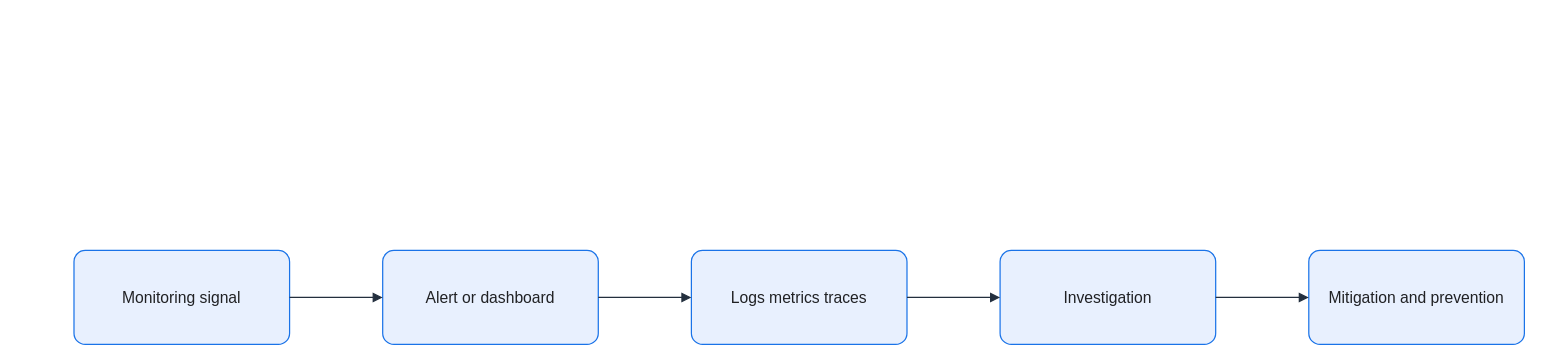
Earlier version of the draw.io diagram assets/img/observability/monitoring-observability-flow.drawio (KKamJi98/kkamji98.github.io). Source tidied: cells renumbered, new cells numbered last; positions are measured from the earlier drawing's top-left corner, leaving out a move shared by most shapes. Both pictures are drawn from the tidied source at 98%, with x=0, y=0 at pixel (74, 250).
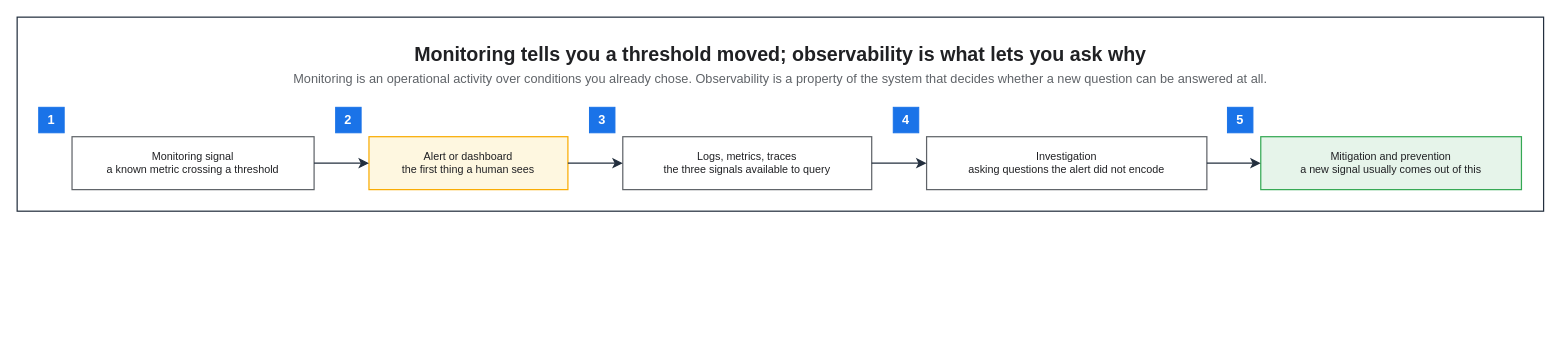
Above is the later version.

The edit, as a diff of the source:
```diff
@@
 <mxGraphModel background="#FFFFFF">
   <root>
     <mxCell id="0" />
     <mxCell id="1" parent="0" />
-    <mxCell id="2" value="Monitoring signal" style="rounded=1;arcSize=12;whiteSpace=wrap;html=0;fillColor=#E8F0FE;strokeColor=#1A73E8;strokeWidth=1.25;fontColor=#202124;fontSize=16;align=center;verticalAlign=middle;spacing=8;shadow=0;" parent="1" vertex="1">
-      <mxGeometry width="220" height="96" as="geometry" />
-    </mxCell>
-    <mxCell id="3" value="Alert or dashboard" style="rounded=1;arcSize=12;whiteSpace=wrap;html=0;fillColor=#E8F0FE;strokeColor=#1A73E8;strokeWidth=1.25;fontColor=#202124;fontSize=16;align=center;verticalAlign=middle;spacing=8;shadow=0;" parent="1" vertex="1">
-      <mxGeometry x="315" width="220" height="96" as="geometry" />
-    </mxCell>
-    <mxCell id="4" value="Logs metrics traces" style="rounded=1;arcSize=12;whiteSpace=wrap;html=0;fillColor=#E8F0FE;strokeColor=#1A73E8;strokeWidth=1.25;fontColor=#202124;fontSize=16;align=center;verticalAlign=middle;spacing=8;shadow=0;" parent="1" vertex="1">
-      <mxGeometry x="630" width="220" height="96" as="geometry" />
-    </mxCell>
-    <mxCell id="5" value="Investigation" style="rounded=1;arcSize=12;whiteSpace=wrap;html=0;fillColor=#E8F0FE;strokeColor=#1A73E8;strokeWidth=1.25;fontColor=#202124;fontSize=16;align=center;verticalAlign=middle;spacing=8;shadow=0;" parent="1" vertex="1">
-      <mxGeometry x="945" width="220" height="96" as="geometry" />
-    </mxCell>
-    <mxCell id="6" value="Mitigation and prevention" style="rounded=1;arcSize=12;whiteSpace=wrap;html=0;fillColor=#E8F0FE;strokeColor=#1A73E8;strokeWidth=1.25;fontColor=#202124;fontSize=16;align=center;verticalAlign=middle;spacing=8;shadow=0;" parent="1" vertex="1">
-      <mxGeometry x="1260" width="220" height="96" as="geometry" />
-    </mxCell>
-    <mxCell id="7" style="edgeStyle=orthogonalEdgeStyle;rounded=0;jettySize=auto;html=0;endArrow=block;endFill=1;strokeColor=#232F3E;strokeWidth=1.25;fontColor=#202124;labelBackgroundColor=none;exitX=1;exitY=0.5;exitDx=0;exitDy=0;entryX=0;entryY=0.5;entryDx=0;entryDy=0;endSize=7;" parent="1" edge="1" source="2" target="3">
-      <mxGeometry relative="1" as="geometry" />
-    </mxCell>
-    <mxCell id="8" style="edgeStyle=orthogonalEdgeStyle;rounded=0;jettySize=auto;html=0;endArrow=block;endFill=1;strokeColor=#232F3E;strokeWidth=1.25;fontColor=#202124;labelBackgroundColor=none;exitX=1;exitY=0.5;exitDx=0;exitDy=0;entryX=0;entryY=0.5;entryDx=0;entryDy=0;endSize=7;" parent="1" edge="1" source="3" target="4">
-      <mxGeometry relative="1" as="geometry" />
-    </mxCell>
-    <mxCell id="9" style="edgeStyle=orthogonalEdgeStyle;rounded=0;jettySize=auto;html=0;endArrow=block;endFill=1;strokeColor=#232F3E;strokeWidth=1.25;fontColor=#202124;labelBackgroundColor=none;exitX=1;exitY=0.5;exitDx=0;exitDy=0;entryX=0;entryY=0.5;entryDx=0;entryDy=0;endSize=7;" parent="1" edge="1" source="4" target="5">
-      <mxGeometry relative="1" as="geometry" />
-    </mxCell>
-    <mxCell id="10" style="edgeStyle=orthogonalEdgeStyle;rounded=0;jettySize=auto;html=0;endArrow=block;endFill=1;strokeColor=#232F3E;strokeWidth=1.25;fontColor=#202124;labelBackgroundColor=none;exitX=1;exitY=0.5;exitDx=0;exitDy=0;entryX=0;entryY=0.5;entryDx=0;entryDy=0;endSize=7;" parent="1" edge="1" source="5" target="6">
-      <mxGeometry relative="1" as="geometry" />
-    </mxCell>
+    <mxCell id="11" style="rounded=0;html=0;fillColor=none;strokeColor=#232F3E;fontColor=#202124;strokeWidth=1.25;" parent="1" vertex="1">
+      <mxGeometry x="-58" y="-238" width="1557.6" height="198" as="geometry" />
+    </mxCell>
+    <mxCell id="12" value="Monitoring tells you a threshold moved; observability is what lets you ask why" style="text;html=0;whiteSpace=wrap;fillColor=none;strokeColor=none;fontColor=#202124;fontSize=20;fontStyle=1;align=center;verticalAlign=middle;" parent="1" vertex="1">
+      <mxGeometry x="-36" y="-216" width="1513.6" height="30" as="geometry" />
+    </mxCell>
+    <mxCell id="13" value="Monitoring is an operational activity over conditions you already chose. Observability is a property of the system that decides whether a new question can be answered at all." style="text;html=0;whiteSpace=wrap;fillColor=none;strokeColor=none;fontColor=#5F6368;fontSize=13;fontStyle=0;align=center;verticalAlign=middle;" parent="1" vertex="1">
+      <mxGeometry x="-36" y="-186" width="1513.6" height="22" as="geometry" />
+    </mxCell>
+    <mxCell id="14" value="Monitoring signal&#10;a known metric crossing a threshold" style="rounded=0;whiteSpace=wrap;html=0;fillColor=#FFFFFF;strokeColor=#5F6368;fontColor=#202124;fontSize=11;fontStyle=0;align=center;verticalAlign=middle;spacingLeft=6;spacingRight=6;strokeWidth=1.25;" parent="1" vertex="1">
+      <mxGeometry x="-2" y="-116" width="247" height="54" as="geometry" />
+    </mxCell>
+    <mxCell id="15" value="Alert or dashboard&#10;the first thing a human sees" style="rounded=0;whiteSpace=wrap;html=0;fillColor=#FEF7E0;strokeColor=#F9AB00;fontColor=#202124;fontSize=11;fontStyle=0;align=center;verticalAlign=middle;spacingLeft=6;spacingRight=6;strokeWidth=1.25;" parent="1" vertex="1">
+      <mxGeometry x="301" y="-116" width="203" height="54" as="geometry" />
+    </mxCell>
+    <mxCell id="16" value="Logs, metrics, traces&#10;the three signals available to query" style="rounded=0;whiteSpace=wrap;html=0;fillColor=#FFFFFF;strokeColor=#5F6368;fontColor=#202124;fontSize=11;fontStyle=0;align=center;verticalAlign=middle;spacingLeft=6;spacingRight=6;strokeWidth=1.25;" parent="1" vertex="1">
+      <mxGeometry x="560" y="-116" width="254" height="54" as="geometry" />
+    </mxCell>
+    <mxCell id="17" value="Investigation&#10;asking questions the alert did not encode" style="rounded=0;whiteSpace=wrap;html=0;fillColor=#FFFFFF;strokeColor=#5F6368;fontColor=#202124;fontSize=11;fontStyle=0;align=center;verticalAlign=middle;spacingLeft=6;spacingRight=6;strokeWidth=1.25;" parent="1" vertex="1">
+      <mxGeometry x="870" y="-116" width="286" height="54" as="geometry" />
+    </mxCell>
+    <mxCell id="18" value="Mitigation and prevention&#10;a new signal usually comes out of this" style="rounded=0;whiteSpace=wrap;html=0;fillColor=#E6F4EA;strokeColor=#34A853;fontColor=#202124;fontSize=11;fontStyle=0;align=center;verticalAlign=middle;spacingLeft=6;spacingRight=6;strokeWidth=1.25;" parent="1" vertex="1">
+      <mxGeometry x="1211" y="-116" width="266" height="54" as="geometry" />
+    </mxCell>
+    <mxCell id="19" value="1" style="rounded=0;whiteSpace=wrap;html=0;fillColor=#1A73E8;strokeColor=#1A73E8;fontColor=#FFFFFF;fontSize=13;fontStyle=1;align=center;verticalAlign=middle;" parent="1" vertex="1">
+      <mxGeometry x="-36" y="-146" width="26" height="26" as="geometry" />
+    </mxCell>
+    <mxCell id="20" value="2" style="rounded=0;whiteSpace=wrap;html=0;fillColor=#1A73E8;strokeColor=#1A73E8;fontColor=#FFFFFF;fontSize=13;fontStyle=1;align=center;verticalAlign=middle;" parent="1" vertex="1">
+      <mxGeometry x="267" y="-146" width="26" height="26" as="geometry" />
+    </mxCell>
+    <mxCell id="21" value="3" style="rounded=0;whiteSpace=wrap;html=0;fillColor=#1A73E8;strokeColor=#1A73E8;fontColor=#FFFFFF;fontSize=13;fontStyle=1;align=center;verticalAlign=middle;" parent="1" vertex="1">
+      <mxGeometry x="526" y="-146" width="26" height="26" as="geometry" />
+    </mxCell>
+    <mxCell id="22" value="4" style="rounded=0;whiteSpace=wrap;html=0;fillColor=#1A73E8;strokeColor=#1A73E8;fontColor=#FFFFFF;fontSize=13;fontStyle=1;align=center;verticalAlign=middle;" parent="1" vertex="1">
+      <mxGeometry x="836" y="-146" width="26" height="26" as="geometry" />
+    </mxCell>
+    <mxCell id="23" value="5" style="rounded=0;whiteSpace=wrap;html=0;fillColor=#1A73E8;strokeColor=#1A73E8;fontColor=#FFFFFF;fontSize=13;fontStyle=1;align=center;verticalAlign=middle;" parent="1" vertex="1">
+      <mxGeometry x="1177" y="-146" width="26" height="26" as="geometry" />
+    </mxCell>
+    <mxCell id="24" style="edgeStyle=orthogonalEdgeStyle;rounded=0;html=0;strokeColor=#232F3E;strokeWidth=1.25;endArrow=classic;endFill=1;endSize=7;fontSize=11;fontColor=#202124;labelBackgroundColor=none;jettySize=14;exitX=1;exitY=0.5;entryX=0;entryY=0.5;exitDx=0;exitDy=0;entryDx=0;entryDy=0;" parent="1" edge="1" source="14" target="15">
+      <mxGeometry relative="1" as="geometry" />
+    </mxCell>
+    <mxCell id="25" style="edgeStyle=orthogonalEdgeStyle;rounded=0;html=0;strokeColor=#232F3E;strokeWidth=1.25;endArrow=classic;endFill=1;endSize=7;fontSize=11;fontColor=#202124;labelBackgroundColor=none;jettySize=14;exitX=1;exitY=0.5;entryX=0;entryY=0.5;exitDx=0;exitDy=0;entryDx=0;entryDy=0;" parent="1" edge="1" source="15" target="16">
+      <mxGeometry relative="1" as="geometry" />
+    </mxCell>
+    <mxCell id="26" style="edgeStyle=orthogonalEdgeStyle;rounded=0;html=0;strokeColor=#232F3E;strokeWidth=1.25;endArrow=classic;endFill=1;endSize=7;fontSize=11;fontColor=#202124;labelBackgroundColor=none;jettySize=14;exitX=1;exitY=0.5;entryX=0;entryY=0.5;exitDx=0;exitDy=0;entryDx=0;entryDy=0;" parent="1" edge="1" source="16" target="17">
+      <mxGeometry relative="1" as="geometry" />
+    </mxCell>
+    <mxCell id="27" style="edgeStyle=orthogonalEdgeStyle;rounded=0;html=0;strokeColor=#232F3E;strokeWidth=1.25;endArrow=classic;endFill=1;endSize=7;fontSize=11;fontColor=#202124;labelBackgroundColor=none;jettySize=14;exitX=1;exitY=0.5;entryX=0;entryY=0.5;exitDx=0;exitDy=0;entryDx=0;entryDy=0;" parent="1" edge="1" source="17" target="18">
+      <mxGeometry relative="1" as="geometry" />
+    </mxCell>
   </root>
 </mxGraphModel>
```
